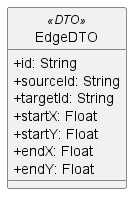
This is src/PB/DocumentazioneEsterna/Specifica_Tecnica/content/05-diagrammi-classi/uml/png/frontend/EdgeDTO.png from GroupRubberDuck/Documentazione, a PlantUML export, as it was before one commit.
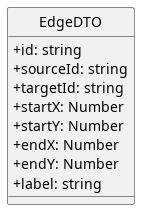
After the change.

Diff of the diagram source:
```diff
@@ -1,14 +1,19 @@
-@startuml EdgeDTO
+@startuml
+skinparam linetype ortho
+skinparam nodesep 80
+skinparam ranksep 100
 skinparam classAttributeIconSize 0
+skinparam packageStyle rectangle
 skinparam style strictuml
 
-class EdgeDTO << (D,#FF7700) DTO >> {
-  + id: String
-  + sourceId: String
-  + targetId: String
-  + startX: Float
-  + startY: Float
-  + endX: Float
-  + endY: Float
+class EdgeDTO  {
+    + id: string
+    + sourceId: string
+    + targetId: string
+    + startX: Number
+    + startY: Number
+    + endX: Number
+    + endY: Number
+    + label: string
 }
 @enduml
```
